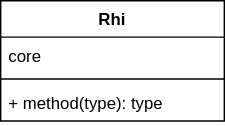
acccoco/Render-Rust-vk-Truvis keeps this draw.io diagram as doc/class-diagram.svg. Above is the earlier version. Source tidied: cells renumbered, new cells last; positions are measured from the earlier drawing's top-left corner, leaving out a move shared by most shapes.
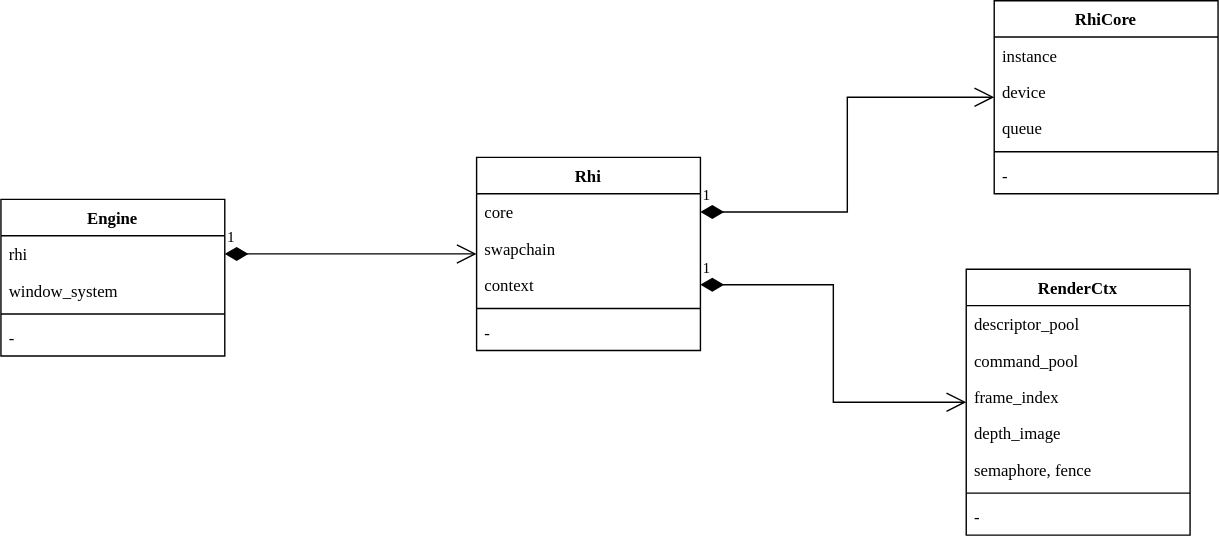
After the change.

What changed in the source:
```diff
@@ -2,17 +2,89 @@
   <root>
     <mxCell id="0" />
     <mxCell id="1" parent="0" />
-    <mxCell id="2" value="Rhi" style="swimlane;fontStyle=1;align=center;verticalAlign=top;horizontal=1;startSize=26;" parent="1" vertex="1">
-      <mxGeometry width="160" height="86" as="geometry" />
+    <mxCell id="2" value="Rhi" style="swimlane;fontStyle=1;align=center;verticalAlign=top;horizontal=1;startSize=26;fontFamily=Consolas;" parent="1" vertex="1">
+      <mxGeometry width="160" height="138" as="geometry" />
     </mxCell>
-    <mxCell id="3" value="core" style="text;strokeColor=none;fillColor=none;align=left;verticalAlign=top;spacingLeft=4;spacingRight=4;overflow=hidden;points=[[0,0.5],[1,0.5]];portConstraint=eastwest;" parent="2" vertex="1">
+    <mxCell id="3" value="core" style="text;strokeColor=none;fillColor=none;align=left;verticalAlign=top;spacingLeft=4;spacingRight=4;overflow=hidden;points=[[0,0.5],[1,0.5]];portConstraint=eastwest;fontFamily=Consolas;" parent="2" vertex="1">
       <mxGeometry y="26" width="160" height="26" as="geometry" />
     </mxCell>
+    <mxCell id="6" value="swapchain" style="text;strokeColor=none;fillColor=none;align=left;verticalAlign=top;spacingLeft=4;spacingRight=4;overflow=hidden;fontFamily=Consolas;" parent="2" vertex="1">
+      <mxGeometry y="52" width="160" height="26" as="geometry" />
+    </mxCell>
+    <mxCell id="7" value="context" style="text;strokeColor=none;fillColor=none;align=left;verticalAlign=top;spacingLeft=4;spacingRight=4;overflow=hidden;points=[[0,0.5],[1,0.5]];portConstraint=eastwest;fontFamily=Consolas;" parent="2" vertex="1">
+      <mxGeometry y="78" width="160" height="26" as="geometry" />
+    </mxCell>
-    <mxCell id="4" style="line;strokeWidth=1;fillColor=none;align=left;verticalAlign=middle;spacingTop=-1;spacingLeft=3;spacingRight=3;labelPosition=right;strokeColor=inherit;" parent="2" vertex="1">
-      <mxGeometry y="52" width="160" height="8" as="geometry" />
+    <mxCell id="4" style="line;strokeWidth=1;fillColor=none;align=left;verticalAlign=middle;spacingTop=-1;spacingLeft=3;spacingRight=3;labelPosition=right;strokeColor=inherit;fontFamily=Consolas;" parent="2" vertex="1">
+      <mxGeometry y="104" width="160" height="8" as="geometry" />
     </mxCell>
-    <mxCell id="5" value="+ method(type): type" style="text;strokeColor=none;fillColor=none;align=left;verticalAlign=top;spacingLeft=4;spacingRight=4;overflow=hidden;" parent="2" vertex="1">
-      <mxGeometry y="60" width="160" height="26" as="geometry" />
+    <mxCell id="5" value="-" style="text;strokeColor=none;fillColor=none;align=left;verticalAlign=top;spacingLeft=4;spacingRight=4;overflow=hidden;fontFamily=Consolas;" parent="2" vertex="1">
+      <mxGeometry y="112" width="160" height="26" as="geometry" />
     </mxCell>
+    <mxCell id="8" value="RhiCore" style="swimlane;fontStyle=1;align=center;verticalAlign=top;horizontal=1;startSize=26;fontFamily=Consolas;" parent="1" vertex="1">
+      <mxGeometry x="370" y="-112" width="160" height="138" as="geometry" />
+    </mxCell>
+    <mxCell id="9" value="instance" style="text;strokeColor=none;fillColor=none;align=left;verticalAlign=top;spacingLeft=4;spacingRight=4;overflow=hidden;fontFamily=Consolas;" parent="8" vertex="1">
+      <mxGeometry y="26" width="160" height="26" as="geometry" />
+    </mxCell>
+    <mxCell id="10" value="device" style="text;strokeColor=none;fillColor=none;align=left;verticalAlign=top;spacingLeft=4;spacingRight=4;overflow=hidden;fontFamily=Consolas;" parent="8" vertex="1">
+      <mxGeometry y="52" width="160" height="26" as="geometry" />
+    </mxCell>
+    <mxCell id="11" value="queue" style="text;strokeColor=none;fillColor=none;align=left;verticalAlign=top;spacingLeft=4;spacingRight=4;overflow=hidden;fontFamily=Consolas;" parent="8" vertex="1">
+      <mxGeometry y="78" width="160" height="26" as="geometry" />
+    </mxCell>
+    <mxCell id="12" style="line;strokeWidth=1;fillColor=none;align=left;verticalAlign=middle;spacingTop=-1;spacingLeft=3;spacingRight=3;labelPosition=right;strokeColor=inherit;fontFamily=Consolas;" parent="8" vertex="1">
+      <mxGeometry y="104" width="160" height="8" as="geometry" />
+    </mxCell>
+    <mxCell id="13" value="-" style="text;strokeColor=none;fillColor=none;align=left;verticalAlign=top;spacingLeft=4;spacingRight=4;overflow=hidden;fontFamily=Consolas;" parent="8" vertex="1">
+      <mxGeometry y="112" width="160" height="26" as="geometry" />
+    </mxCell>
+    <mxCell id="14" value="RenderCtx" style="swimlane;fontStyle=1;align=center;verticalAlign=top;horizontal=1;startSize=26;fontFamily=Consolas;" parent="1" vertex="1">
+      <mxGeometry x="350" y="80" width="160" height="190" as="geometry" />
+    </mxCell>
+    <mxCell id="15" value="descriptor_pool" style="text;strokeColor=none;fillColor=none;align=left;verticalAlign=top;spacingLeft=4;spacingRight=4;overflow=hidden;fontFamily=Consolas;" parent="14" vertex="1">
+      <mxGeometry y="26" width="160" height="26" as="geometry" />
+    </mxCell>
+    <mxCell id="16" value="command_pool" style="text;strokeColor=none;fillColor=none;align=left;verticalAlign=top;spacingLeft=4;spacingRight=4;overflow=hidden;fontFamily=Consolas;" parent="14" vertex="1">
+      <mxGeometry y="52" width="160" height="26" as="geometry" />
+    </mxCell>
+    <mxCell id="17" value="frame_index" style="text;strokeColor=none;fillColor=none;align=left;verticalAlign=top;spacingLeft=4;spacingRight=4;overflow=hidden;fontFamily=Consolas;" parent="14" vertex="1">
+      <mxGeometry y="78" width="160" height="26" as="geometry" />
+    </mxCell>
+    <mxCell id="18" value="depth_image" style="text;strokeColor=none;fillColor=none;align=left;verticalAlign=top;spacingLeft=4;spacingRight=4;overflow=hidden;fontFamily=Consolas;" parent="14" vertex="1">
+      <mxGeometry y="104" width="160" height="26" as="geometry" />
+    </mxCell>
+    <mxCell id="19" value="semaphore, fence" style="text;strokeColor=none;fillColor=none;align=left;verticalAlign=top;spacingLeft=4;spacingRight=4;overflow=hidden;fontFamily=Consolas;" parent="14" vertex="1">
+      <mxGeometry y="130" width="160" height="26" as="geometry" />
+    </mxCell>
+    <mxCell id="20" style="line;strokeWidth=1;fillColor=none;align=left;verticalAlign=middle;spacingTop=-1;spacingLeft=3;spacingRight=3;labelPosition=right;strokeColor=inherit;fontFamily=Consolas;" parent="14" vertex="1">
+      <mxGeometry y="156" width="160" height="8" as="geometry" />
+    </mxCell>
+    <mxCell id="21" value="-" style="text;strokeColor=none;fillColor=none;align=left;verticalAlign=top;spacingLeft=4;spacingRight=4;overflow=hidden;fontFamily=Consolas;" parent="14" vertex="1">
+      <mxGeometry y="164" width="160" height="26" as="geometry" />
+    </mxCell>
+    <mxCell id="22" value="1" style="endArrow=open;html=1;endSize=12;startArrow=diamondThin;startSize=14;startFill=1;edgeStyle=orthogonalEdgeStyle;align=left;verticalAlign=bottom;rounded=0;fontFamily=Consolas;" parent="1" edge="1" source="7" target="14">
+      <mxGeometry x="-1" y="3" relative="1" as="geometry" />
+    </mxCell>
+    <mxCell id="23" value="1" style="endArrow=open;html=1;endSize=12;startArrow=diamondThin;startSize=14;startFill=1;edgeStyle=orthogonalEdgeStyle;align=left;verticalAlign=bottom;rounded=0;fontFamily=Consolas;" parent="1" edge="1" source="3" target="8">
+      <mxGeometry x="-1" y="3" relative="1" as="geometry" />
+    </mxCell>
+    <mxCell id="24" value="Engine" style="swimlane;fontStyle=1;align=center;verticalAlign=top;horizontal=1;startSize=26;fontFamily=Consolas;" parent="1" vertex="1">
+      <mxGeometry x="-340" y="30" width="160" height="112" as="geometry" />
+    </mxCell>
+    <mxCell id="25" value="rhi" style="text;strokeColor=none;fillColor=none;align=left;verticalAlign=top;spacingLeft=4;spacingRight=4;overflow=hidden;points=[[0,0.5],[1,0.5]];portConstraint=eastwest;fontFamily=Consolas;" parent="24" vertex="1">
+      <mxGeometry y="26" width="160" height="26" as="geometry" />
+    </mxCell>
+    <mxCell id="26" value="window_system" style="text;strokeColor=none;fillColor=none;align=left;verticalAlign=top;spacingLeft=4;spacingRight=4;overflow=hidden;fontFamily=Consolas;" parent="24" vertex="1">
+      <mxGeometry y="52" width="160" height="26" as="geometry" />
+    </mxCell>
+    <mxCell id="27" style="line;strokeWidth=1;fillColor=none;align=left;verticalAlign=middle;spacingTop=-1;spacingLeft=3;spacingRight=3;labelPosition=right;strokeColor=inherit;fontFamily=Consolas;" parent="24" vertex="1">
+      <mxGeometry y="78" width="160" height="8" as="geometry" />
+    </mxCell>
+    <mxCell id="28" value="-" style="text;strokeColor=none;fillColor=none;align=left;verticalAlign=top;spacingLeft=4;spacingRight=4;overflow=hidden;fontFamily=Consolas;" parent="24" vertex="1">
+      <mxGeometry y="86" width="160" height="26" as="geometry" />
+    </mxCell>
+    <mxCell id="29" value="1" style="endArrow=open;html=1;endSize=12;startArrow=diamondThin;startSize=14;startFill=1;edgeStyle=orthogonalEdgeStyle;align=left;verticalAlign=bottom;rounded=0;fontFamily=Consolas;" parent="1" edge="1" source="25" target="2">
+      <mxGeometry x="-1" y="3" relative="1" as="geometry" />
+    </mxCell>
   </root>
 </mxGraphModel>
```
